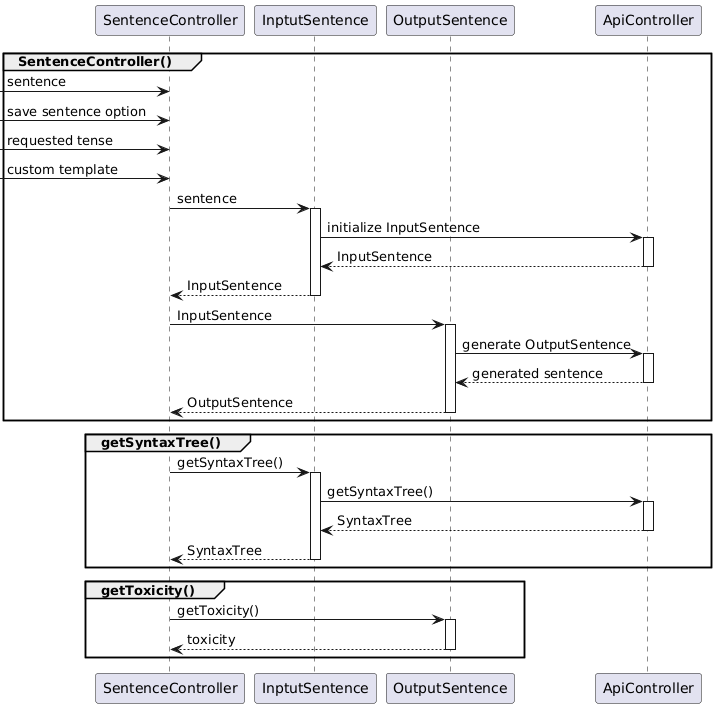
This is docs/Sequence diagrams/Diagrams/SentenceController.png from 63616E617A7A61/NonSenseGenerator, a PlantUML export, as it was before one commit.
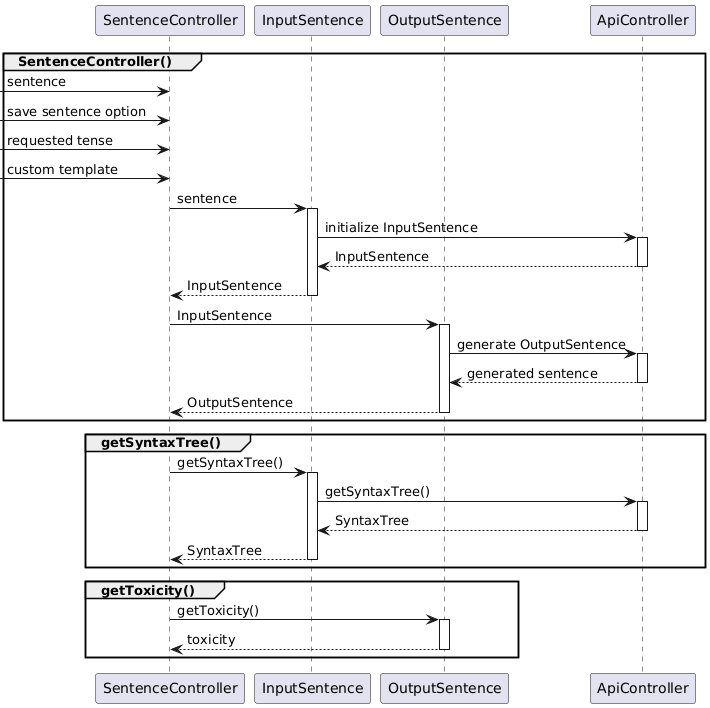
After the change.

Change to the diagram source:
```diff
@@ -1,6 +1,6 @@
 @startuml
 participant "SentenceController" as sc
-participant "InptutSentence" as is
+participant "InputSentence" as is
 participant "OutputSentence" as os
 participant "ApiController" as ac
 
```
